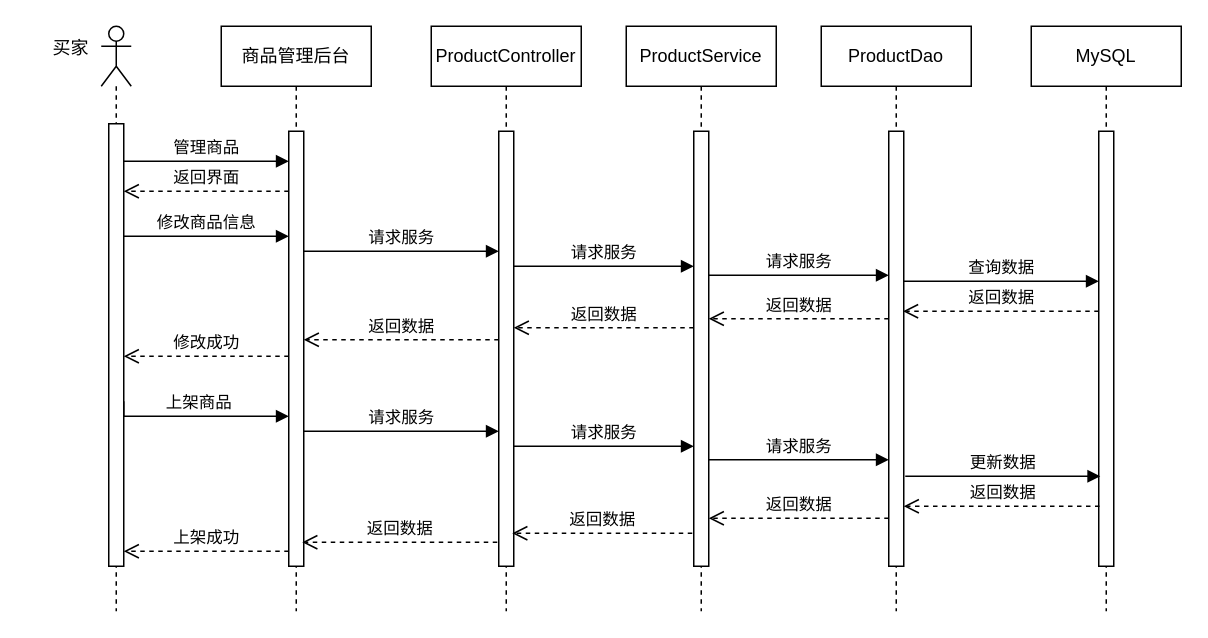
Before: 5-4商品模块时序图.drawio in Joker-5/drawio-repo, a draw.io diagram. Source tidied: cells renumbered, new cells numbered last; positions are measured from the earlier drawing's top-left corner, leaving out a move shared by most shapes. Both pictures are drawn from the tidied source at 150%, with x=0, y=0 at pixel (26, 26).
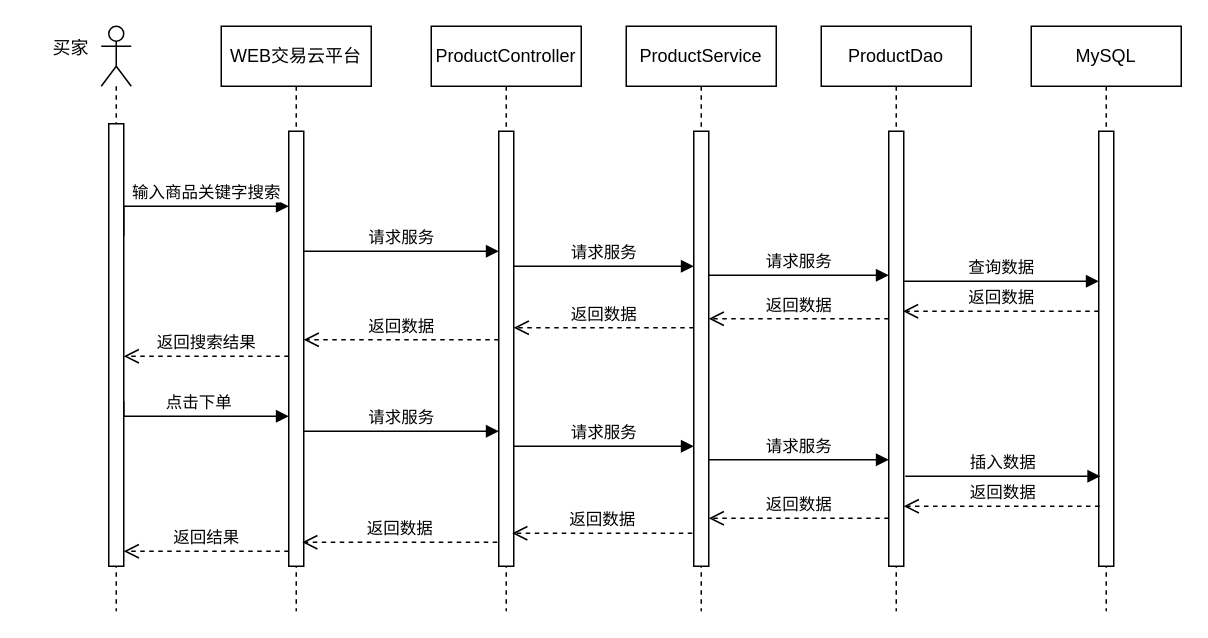
The same page after the edit.

Commit message:
更新5-4商品模块时序图.drawio

The change refers to these unchanged cells:
```xml
<mxCell id="3" style="html=1;points=[];perimeter=orthogonalPerimeter;outlineConnect=0;targetShapes=umlLifeline;portConstraint=eastwest;newEdgeStyle={&quot;edgeStyle&quot;:&quot;elbowEdgeStyle&quot;,&quot;elbow&quot;:&quot;vertical&quot;,&quot;curved&quot;:0,&quot;rounded&quot;:0};" parent="2" vertex="1">
  <mxGeometry x="45" y="70" width="10" height="290" as="geometry" />
</mxCell>
```

Diff of the diagram source:
```diff
@@
-    <mxCell id="2" value="商品管理后台" style="shape=umlLifeline;perimeter=lifelinePerimeter;whiteSpace=wrap;html=1;newEdgeStyle={&quot;edgeStyle&quot;:&quot;elbowEdgeStyle&quot;,&quot;elbow&quot;:&quot;vertical&quot;,&quot;curved&quot;:0,&quot;rounded&quot;:0};" parent="1" vertex="1">
+    <mxCell id="2" value="WEB交易云平台" style="shape=umlLifeline;perimeter=lifelinePerimeter;whiteSpace=wrap;html=1;newEdgeStyle={&quot;edgeStyle&quot;:&quot;elbowEdgeStyle&quot;,&quot;elbow&quot;:&quot;vertical&quot;,&quot;curved&quot;:0,&quot;rounded&quot;:0};" parent="1" vertex="1">
       <mxGeometry x="130" width="100" height="390" as="geometry" />
     </mxCell>
@@
-    <mxCell id="11" value="管理商品" style="html=1;verticalAlign=bottom;endArrow=block;edgeStyle=elbowEdgeStyle;elbow=vertical;curved=0;rounded=0;" parent="1" edge="1" target="3">
-      <mxGeometry relative="1" as="geometry">
-        <mxPoint x="65" y="90" as="sourcePoint" />
-      </mxGeometry>
-    </mxCell>
-    <mxCell id="12" value="返回界面" style="html=1;verticalAlign=bottom;endArrow=open;dashed=1;endSize=8;edgeStyle=elbowEdgeStyle;elbow=vertical;curved=0;rounded=0;" parent="1" edge="1" source="3">
-      <mxGeometry relative="1" as="geometry">
-        <mxPoint x="65" y="110" as="targetPoint" />
-        <Array as="points">
-          <mxPoint x="160" y="110" />
-          <mxPoint x="80" y="110" />
-        </Array>
-      </mxGeometry>
-    </mxCell>
-    <mxCell id="13" value="修改商品信息" style="html=1;verticalAlign=bottom;endArrow=block;edgeStyle=elbowEdgeStyle;elbow=vertical;curved=0;rounded=0;" parent="1" edge="1" target="3">
-      <mxGeometry relative="1" as="geometry">
+    <mxCell id="13" value="输入商品关键字搜索" style="html=1;verticalAlign=bottom;endArrow=block;edgeStyle=elbowEdgeStyle;elbow=vertical;curved=0;rounded=0;" parent="1" edge="1" target="3">
+      <mxGeometry x="0.15" relative="1" as="geometry">
         <mxPoint x="65" y="140" as="sourcePoint" />
+        <Array as="points">
+          <mxPoint x="100" y="120" />
+          <mxPoint x="100" y="100" />
+        </Array>
       </mxGeometry>
     </mxCell>
-    <mxCell id="14" value="修改成功" style="html=1;verticalAlign=bottom;endArrow=open;dashed=1;endSize=8;edgeStyle=elbowEdgeStyle;elbow=vertical;curved=0;rounded=0;" parent="1" edge="1">
+    <mxCell id="14" value="返回搜索结果" style="html=1;verticalAlign=bottom;endArrow=open;dashed=1;endSize=8;edgeStyle=elbowEdgeStyle;elbow=vertical;curved=0;rounded=0;" parent="1" edge="1">
       <mxGeometry relative="1" as="geometry">
         <mxPoint x="175" y="220" as="sourcePoint" />
         <mxPoint x="65" y="220" as="targetPoint" />
         <Array as="points">
           <mxPoint x="160" y="220" />
           <mxPoint x="80" y="220" />
         </Array>
       </mxGeometry>
     </mxCell>
@@
-    <mxCell id="21" value="上架商品" style="html=1;verticalAlign=bottom;endArrow=block;edgeStyle=elbowEdgeStyle;elbow=vertical;curved=0;rounded=0;" parent="1" edge="1" target="3">
+    <mxCell id="21" value="点击下单" style="html=1;verticalAlign=bottom;endArrow=block;edgeStyle=elbowEdgeStyle;elbow=vertical;curved=0;rounded=0;" parent="1" edge="1" target="3">
       <mxGeometry relative="1" as="geometry">
         <mxPoint x="65" y="250" as="sourcePoint" />
         <Array as="points">
           <mxPoint x="100" y="260" />
           <mxPoint x="120" y="240" />
         </Array>
       </mxGeometry>
     </mxCell>
@@
-    <mxCell id="31" value="更新数据" style="html=1;verticalAlign=bottom;endArrow=block;edgeStyle=elbowEdgeStyle;elbow=vertical;curved=0;rounded=0;" parent="1" edge="1">
+    <mxCell id="31" value="插入数据" style="html=1;verticalAlign=bottom;endArrow=block;edgeStyle=elbowEdgeStyle;elbow=vertical;curved=0;rounded=0;" parent="1" edge="1">
       <mxGeometry relative="1" as="geometry">
         <mxPoint x="586" y="300" as="sourcePoint" />
         <mxPoint x="716" y="300" as="targetPoint" />
         <Array as="points">
           <mxPoint x="656" y="300" />
           <mxPoint x="666" y="230" />
         </Array>
       </mxGeometry>
     </mxCell>
@@
-    <mxCell id="36" value="上架成功" style="html=1;verticalAlign=bottom;endArrow=open;dashed=1;endSize=8;edgeStyle=elbowEdgeStyle;elbow=vertical;curved=0;rounded=0;" parent="1" edge="1">
+    <mxCell id="36" value="返回结果" style="html=1;verticalAlign=bottom;endArrow=open;dashed=1;endSize=8;edgeStyle=elbowEdgeStyle;elbow=vertical;curved=0;rounded=0;" parent="1" edge="1">
       <mxGeometry relative="1" as="geometry">
         <mxPoint x="175" y="350" as="sourcePoint" />
         <mxPoint x="65" y="350" as="targetPoint" />
         <Array as="points">
           <mxPoint x="160" y="350" />
           <mxPoint x="80" y="350" />
         </Array>
       </mxGeometry>
     </mxCell>
```
